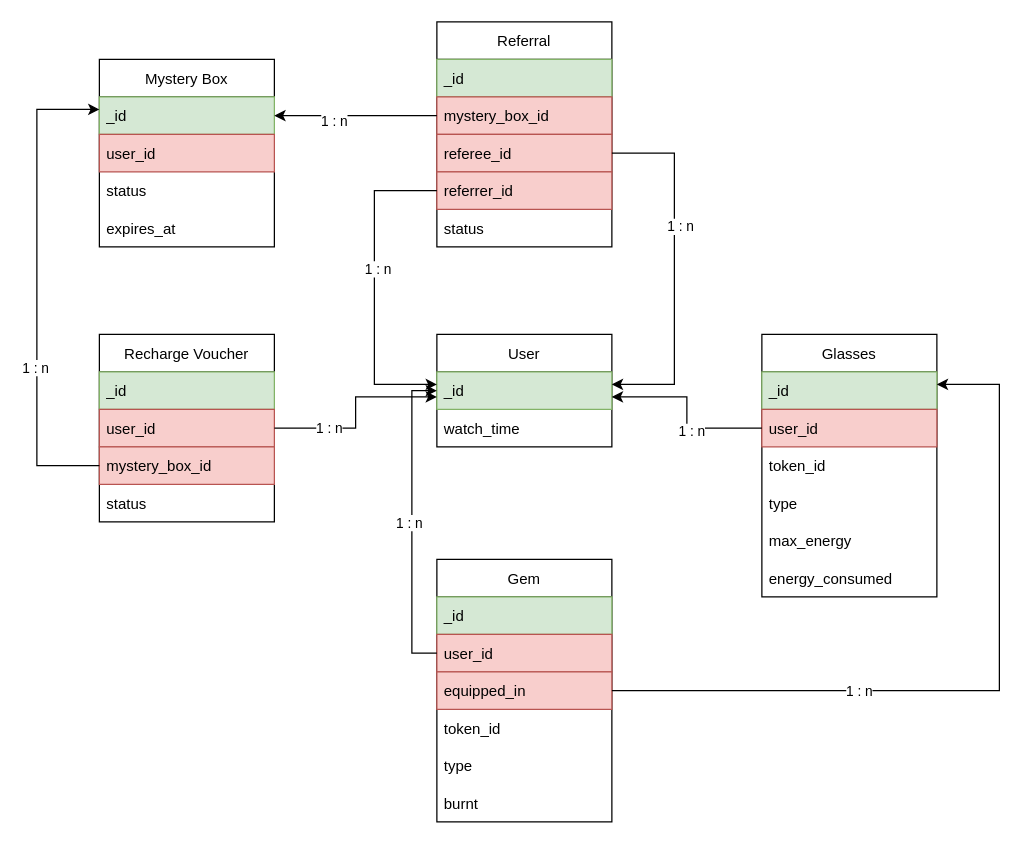
Earlier version of the draw.io diagram draw.io/script-tv.drawio (n4beel/diagrams). Source tidied: cells renumbered, new cells numbered last; positions are measured from the earlier drawing's top-left corner, leaving out a move shared by most shapes. Both pictures are drawn from the tidied source at 125%, with x=0, y=0 at pixel (36, 21).
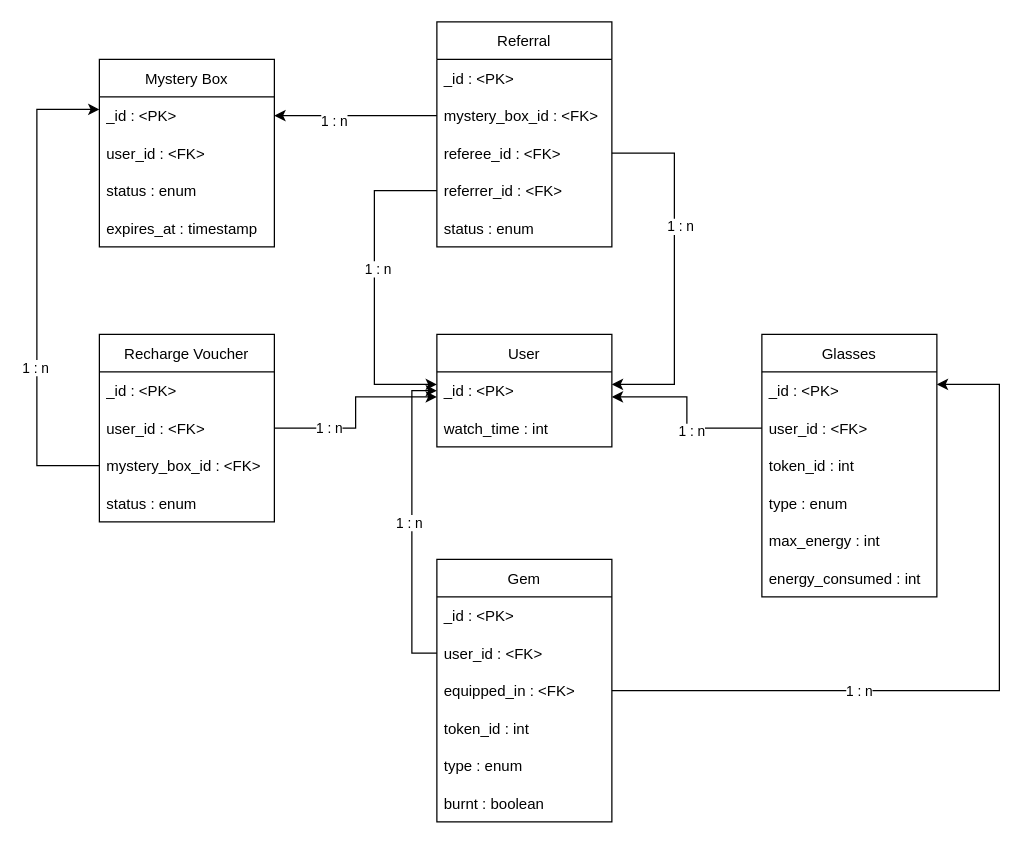
The same diagram, later.

The change refers to these unchanged cells:
```xml
<mxCell id="2" value="Mystery Box" style="swimlane;fontStyle=0;horizontal=1;startSize=30;" parent="1" vertex="1">
  <mxGeometry x="50" y="30" width="140" height="150" as="geometry" />
</mxCell>
<mxCell id="7" value="Recharge Voucher" style="swimlane;fontStyle=0;horizontal=1;startSize=30;" parent="1" vertex="1">
  <mxGeometry x="50" y="250" width="140" height="150" as="geometry" />
</mxCell>
<mxCell id="12" value="Gem" style="swimlane;fontStyle=0;horizontal=1;startSize=30;" parent="1" vertex="1">
  <mxGeometry x="320" y="430" width="140" height="210" as="geometry" />
</mxCell>
<mxCell id="19" value="Glasses" style="swimlane;fontStyle=0;horizontal=1;startSize=30;" parent="1" vertex="1">
  <mxGeometry x="580" y="250" width="140" height="210" as="geometry" />
</mxCell>
<mxCell id="26" value="User" style="swimlane;fontStyle=0;horizontal=1;startSize=30;" parent="1" vertex="1">
  <mxGeometry x="320" y="250" width="140" height="90" as="geometry" />
</mxCell>
<mxCell id="29" value="Referral" style="swimlane;fontStyle=0;horizontal=1;startSize=30;" parent="1" vertex="1">
  <mxGeometry x="320" width="140" height="180" as="geometry" />
</mxCell>
```

The edit, as a diff of the source:
```diff
@@
-    <mxCell id="3" value="_id" style="text;strokeColor=#82b366;fillColor=#d5e8d4;align=left;verticalAlign=middle;spacingLeft=4;spacingRight=4;overflow=hidden;points=[[0,0.5],[1,0.5]];portConstraint=eastwest;" parent="2" vertex="1">
+    <mxCell id="3" value="_id : &lt;PK&gt;" style="text;align=left;verticalAlign=middle;spacingLeft=4;spacingRight=4;overflow=hidden;points=[[0,0.5],[1,0.5]];portConstraint=eastwest;" parent="2" vertex="1">
       <mxGeometry y="30" width="140" height="30" as="geometry" />
     </mxCell>
-    <mxCell id="4" value="user_id" style="text;strokeColor=#b85450;fillColor=#f8cecc;align=left;verticalAlign=middle;spacingLeft=4;spacingRight=4;overflow=hidden;" parent="2" vertex="1">
+    <mxCell id="4" value="user_id : &lt;FK&gt;" style="text;align=left;verticalAlign=middle;spacingLeft=4;spacingRight=4;overflow=hidden;" parent="2" vertex="1">
       <mxGeometry y="60" width="140" height="30" as="geometry" />
     </mxCell>
-    <mxCell id="5" value="status" style="text;strokeColor=none;fillColor=none;align=left;verticalAlign=middle;spacingLeft=4;spacingRight=4;overflow=hidden;" parent="2" vertex="1">
+    <mxCell id="5" value="status : enum" style="text;strokeColor=none;fillColor=none;align=left;verticalAlign=middle;spacingLeft=4;spacingRight=4;overflow=hidden;" parent="2" vertex="1">
       <mxGeometry y="90" width="140" height="30" as="geometry" />
     </mxCell>
-    <mxCell id="6" value="expires_at" style="text;strokeColor=none;fillColor=none;align=left;verticalAlign=middle;spacingLeft=4;spacingRight=4;overflow=hidden;" parent="2" vertex="1">
+    <mxCell id="6" value="expires_at : timestamp" style="text;strokeColor=none;fillColor=none;align=left;verticalAlign=middle;spacingLeft=4;spacingRight=4;overflow=hidden;" parent="2" vertex="1">
       <mxGeometry y="120" width="140" height="30" as="geometry" />
     </mxCell>
@@
-    <mxCell id="8" value="_id" style="text;strokeColor=#82b366;fillColor=#d5e8d4;align=left;verticalAlign=middle;spacingLeft=4;spacingRight=4;overflow=hidden;" parent="7" vertex="1">
+    <mxCell id="8" value="_id : &lt;PK&gt;" style="text;align=left;verticalAlign=middle;spacingLeft=4;spacingRight=4;overflow=hidden;" parent="7" vertex="1">
       <mxGeometry y="30" width="140" height="30" as="geometry" />
     </mxCell>
-    <mxCell id="9" value="user_id" style="text;strokeColor=#b85450;fillColor=#f8cecc;align=left;verticalAlign=middle;spacingLeft=4;spacingRight=4;overflow=hidden;points=[[0,0.5],[1,0.5]];portConstraint=eastwest;" parent="7" vertex="1">
+    <mxCell id="9" value="user_id : &lt;FK&gt;" style="text;align=left;verticalAlign=middle;spacingLeft=4;spacingRight=4;overflow=hidden;points=[[0,0.5],[1,0.5]];portConstraint=eastwest;" parent="7" vertex="1">
       <mxGeometry y="60" width="140" height="30" as="geometry" />
     </mxCell>
-    <mxCell id="10" value="mystery_box_id" style="text;strokeColor=#b85450;fillColor=#f8cecc;align=left;verticalAlign=middle;spacingLeft=4;spacingRight=4;overflow=hidden;points=[[0,0.5],[1,0.5]];portConstraint=eastwest;" parent="7" vertex="1">
+    <mxCell id="10" value="mystery_box_id : &lt;FK&gt;" style="text;align=left;verticalAlign=middle;spacingLeft=4;spacingRight=4;overflow=hidden;points=[[0,0.5],[1,0.5]];portConstraint=eastwest;" parent="7" vertex="1">
       <mxGeometry y="90" width="140" height="30" as="geometry" />
     </mxCell>
-    <mxCell id="11" value="status" style="text;strokeColor=none;fillColor=none;align=left;verticalAlign=middle;spacingLeft=4;spacingRight=4;overflow=hidden;" parent="7" vertex="1">
+    <mxCell id="11" value="status : enum" style="text;strokeColor=none;fillColor=none;align=left;verticalAlign=middle;spacingLeft=4;spacingRight=4;overflow=hidden;" parent="7" vertex="1">
       <mxGeometry y="120" width="140" height="30" as="geometry" />
     </mxCell>
@@
-    <mxCell id="13" value="_id" style="text;strokeColor=#82b366;fillColor=#d5e8d4;align=left;verticalAlign=middle;spacingLeft=4;spacingRight=4;overflow=hidden;" parent="12" vertex="1">
+    <mxCell id="13" value="_id : &lt;PK&gt;" style="text;align=left;verticalAlign=middle;spacingLeft=4;spacingRight=4;overflow=hidden;" parent="12" vertex="1">
       <mxGeometry y="30" width="140" height="30" as="geometry" />
     </mxCell>
-    <mxCell id="14" value="user_id" style="text;strokeColor=#b85450;fillColor=#f8cecc;align=left;verticalAlign=middle;spacingLeft=4;spacingRight=4;overflow=hidden;points=[[0,0.5],[1,0.5]];portConstraint=eastwest;" parent="12" vertex="1">
+    <mxCell id="14" value="user_id : &lt;FK&gt;" style="text;align=left;verticalAlign=middle;spacingLeft=4;spacingRight=4;overflow=hidden;points=[[0,0.5],[1,0.5]];portConstraint=eastwest;" parent="12" vertex="1">
       <mxGeometry y="60" width="140" height="30" as="geometry" />
     </mxCell>
-    <mxCell id="15" value="equipped_in" style="text;strokeColor=#b85450;fillColor=#f8cecc;align=left;verticalAlign=middle;spacingLeft=4;spacingRight=4;overflow=hidden;points=[[0,0.5],[1,0.5]];portConstraint=eastwest;" parent="12" vertex="1">
+    <mxCell id="15" value="equipped_in : &lt;FK&gt;" style="text;align=left;verticalAlign=middle;spacingLeft=4;spacingRight=4;overflow=hidden;points=[[0,0.5],[1,0.5]];portConstraint=eastwest;" parent="12" vertex="1">
       <mxGeometry y="90" width="140" height="30" as="geometry" />
     </mxCell>
-    <mxCell id="16" value="token_id" style="text;strokeColor=none;fillColor=none;align=left;verticalAlign=middle;spacingLeft=4;spacingRight=4;overflow=hidden;" parent="12" vertex="1">
+    <mxCell id="16" value="token_id : int" style="text;strokeColor=none;fillColor=none;align=left;verticalAlign=middle;spacingLeft=4;spacingRight=4;overflow=hidden;" parent="12" vertex="1">
       <mxGeometry y="120" width="140" height="30" as="geometry" />
     </mxCell>
-    <mxCell id="17" value="type" style="text;strokeColor=none;fillColor=none;align=left;verticalAlign=middle;spacingLeft=4;spacingRight=4;overflow=hidden;" parent="12" vertex="1">
+    <mxCell id="17" value="type : enum" style="text;strokeColor=none;fillColor=none;align=left;verticalAlign=middle;spacingLeft=4;spacingRight=4;overflow=hidden;" parent="12" vertex="1">
       <mxGeometry y="150" width="140" height="30" as="geometry" />
     </mxCell>
-    <mxCell id="18" value="burnt" style="text;strokeColor=none;fillColor=none;align=left;verticalAlign=middle;spacingLeft=4;spacingRight=4;overflow=hidden;" parent="12" vertex="1">
+    <mxCell id="18" value="burnt : boolean" style="text;strokeColor=none;fillColor=none;align=left;verticalAlign=middle;spacingLeft=4;spacingRight=4;overflow=hidden;" parent="12" vertex="1">
       <mxGeometry y="180" width="140" height="30" as="geometry" />
     </mxCell>
@@
-    <mxCell id="20" value="_id" style="text;strokeColor=#82b366;fillColor=#d5e8d4;align=left;verticalAlign=middle;spacingLeft=4;spacingRight=4;overflow=hidden;points=[[0,0.5],[1,0.5]];portConstraint=eastwest;" parent="19" vertex="1">
+    <mxCell id="20" value="_id : &lt;PK&gt;" style="text;align=left;verticalAlign=middle;spacingLeft=4;spacingRight=4;overflow=hidden;points=[[0,0.5],[1,0.5]];portConstraint=eastwest;" parent="19" vertex="1">
       <mxGeometry y="30" width="140" height="30" as="geometry" />
     </mxCell>
-    <mxCell id="21" value="user_id" style="text;strokeColor=#b85450;fillColor=#f8cecc;align=left;verticalAlign=middle;spacingLeft=4;spacingRight=4;overflow=hidden;points=[[0,0.5],[1,0.5]];portConstraint=eastwest;" parent="19" vertex="1">
+    <mxCell id="21" value="user_id : &lt;FK&gt;" style="text;align=left;verticalAlign=middle;spacingLeft=4;spacingRight=4;overflow=hidden;points=[[0,0.5],[1,0.5]];portConstraint=eastwest;" parent="19" vertex="1">
       <mxGeometry y="60" width="140" height="30" as="geometry" />
     </mxCell>
-    <mxCell id="22" value="token_id" style="text;strokeColor=none;fillColor=none;align=left;verticalAlign=middle;spacingLeft=4;spacingRight=4;overflow=hidden;" parent="19" vertex="1">
+    <mxCell id="22" value="token_id : int" style="text;strokeColor=none;fillColor=none;align=left;verticalAlign=middle;spacingLeft=4;spacingRight=4;overflow=hidden;" parent="19" vertex="1">
       <mxGeometry y="90" width="140" height="30" as="geometry" />
     </mxCell>
-    <mxCell id="23" value="type" style="text;strokeColor=none;fillColor=none;align=left;verticalAlign=middle;spacingLeft=4;spacingRight=4;overflow=hidden;" parent="19" vertex="1">
+    <mxCell id="23" value="type : enum" style="text;strokeColor=none;fillColor=none;align=left;verticalAlign=middle;spacingLeft=4;spacingRight=4;overflow=hidden;" parent="19" vertex="1">
       <mxGeometry y="120" width="140" height="30" as="geometry" />
     </mxCell>
-    <mxCell id="24" value="max_energy" style="text;strokeColor=none;fillColor=none;align=left;verticalAlign=middle;spacingLeft=4;spacingRight=4;overflow=hidden;" parent="19" vertex="1">
+    <mxCell id="24" value="max_energy : int" style="text;strokeColor=none;fillColor=none;align=left;verticalAlign=middle;spacingLeft=4;spacingRight=4;overflow=hidden;" parent="19" vertex="1">
       <mxGeometry y="150" width="140" height="30" as="geometry" />
     </mxCell>
-    <mxCell id="25" value="energy_consumed" style="text;strokeColor=none;fillColor=none;align=left;verticalAlign=middle;spacingLeft=4;spacingRight=4;overflow=hidden;" parent="19" vertex="1">
+    <mxCell id="25" value="energy_consumed : int" style="text;strokeColor=none;fillColor=none;align=left;verticalAlign=middle;spacingLeft=4;spacingRight=4;overflow=hidden;" parent="19" vertex="1">
       <mxGeometry y="180" width="140" height="30" as="geometry" />
     </mxCell>
@@
-    <mxCell id="27" value="_id" style="text;strokeColor=#82b366;fillColor=#d5e8d4;align=left;verticalAlign=middle;spacingLeft=4;spacingRight=4;overflow=hidden;points=[[0,0.5],[1,0.5]];portConstraint=eastwest;" parent="26" vertex="1">
+    <mxCell id="27" value="_id : &lt;PK&gt;" style="text;align=left;verticalAlign=middle;spacingLeft=4;spacingRight=4;overflow=hidden;points=[[0,0.5],[1,0.5]];portConstraint=eastwest;" parent="26" vertex="1">
       <mxGeometry y="30" width="140" height="30" as="geometry" />
     </mxCell>
-    <mxCell id="28" value="watch_time" style="text;strokeColor=none;fillColor=none;align=left;verticalAlign=middle;spacingLeft=4;spacingRight=4;overflow=hidden;" parent="26" vertex="1">
+    <mxCell id="28" value="watch_time : int" style="text;strokeColor=none;fillColor=none;align=left;verticalAlign=middle;spacingLeft=4;spacingRight=4;overflow=hidden;" parent="26" vertex="1">
       <mxGeometry y="60" width="140" height="30" as="geometry" />
     </mxCell>
@@
-    <mxCell id="30" value="_id" style="text;strokeColor=#82b366;fillColor=#d5e8d4;align=left;verticalAlign=middle;spacingLeft=4;spacingRight=4;overflow=hidden;" parent="29" vertex="1">
+    <mxCell id="30" value="_id : &lt;PK&gt;" style="text;align=left;verticalAlign=middle;spacingLeft=4;spacingRight=4;overflow=hidden;" parent="29" vertex="1">
       <mxGeometry y="30" width="140" height="30" as="geometry" />
     </mxCell>
-    <mxCell id="31" value="mystery_box_id" style="text;strokeColor=#b85450;fillColor=#f8cecc;align=left;verticalAlign=middle;spacingLeft=4;spacingRight=4;overflow=hidden;points=[[0,0.5],[1,0.5]];portConstraint=eastwest;" parent="29" vertex="1">
+    <mxCell id="31" value="mystery_box_id : &lt;FK&gt;" style="text;align=left;verticalAlign=middle;spacingLeft=4;spacingRight=4;overflow=hidden;points=[[0,0.5],[1,0.5]];portConstraint=eastwest;" parent="29" vertex="1">
       <mxGeometry y="60" width="140" height="30" as="geometry" />
     </mxCell>
-    <mxCell id="32" value="referee_id" style="text;strokeColor=#b85450;fillColor=#f8cecc;align=left;verticalAlign=middle;spacingLeft=4;spacingRight=4;overflow=hidden;points=[[0,0.5],[1,0.5]];portConstraint=eastwest;" parent="29" vertex="1">
+    <mxCell id="32" value="referee_id : &lt;FK&gt;" style="text;align=left;verticalAlign=middle;spacingLeft=4;spacingRight=4;overflow=hidden;points=[[0,0.5],[1,0.5]];portConstraint=eastwest;" parent="29" vertex="1">
       <mxGeometry y="90" width="140" height="30" as="geometry" />
     </mxCell>
-    <mxCell id="33" value="referrer_id" style="text;strokeColor=#b85450;fillColor=#f8cecc;align=left;verticalAlign=middle;spacingLeft=4;spacingRight=4;overflow=hidden;points=[[0,0.5],[1,0.5]];portConstraint=eastwest;" parent="29" vertex="1">
+    <mxCell id="33" value="referrer_id : &lt;FK&gt;" style="text;align=left;verticalAlign=middle;spacingLeft=4;spacingRight=4;overflow=hidden;points=[[0,0.5],[1,0.5]];portConstraint=eastwest;" parent="29" vertex="1">
       <mxGeometry y="120" width="140" height="30" as="geometry" />
     </mxCell>
-    <mxCell id="34" value="status" style="text;strokeColor=none;fillColor=none;align=left;verticalAlign=middle;spacingLeft=4;spacingRight=4;overflow=hidden;" parent="29" vertex="1">
+    <mxCell id="34" value="status : enum" style="text;strokeColor=none;fillColor=none;align=left;verticalAlign=middle;spacingLeft=4;spacingRight=4;overflow=hidden;" parent="29" vertex="1">
       <mxGeometry y="150" width="140" height="30" as="geometry" />
     </mxCell>
```
